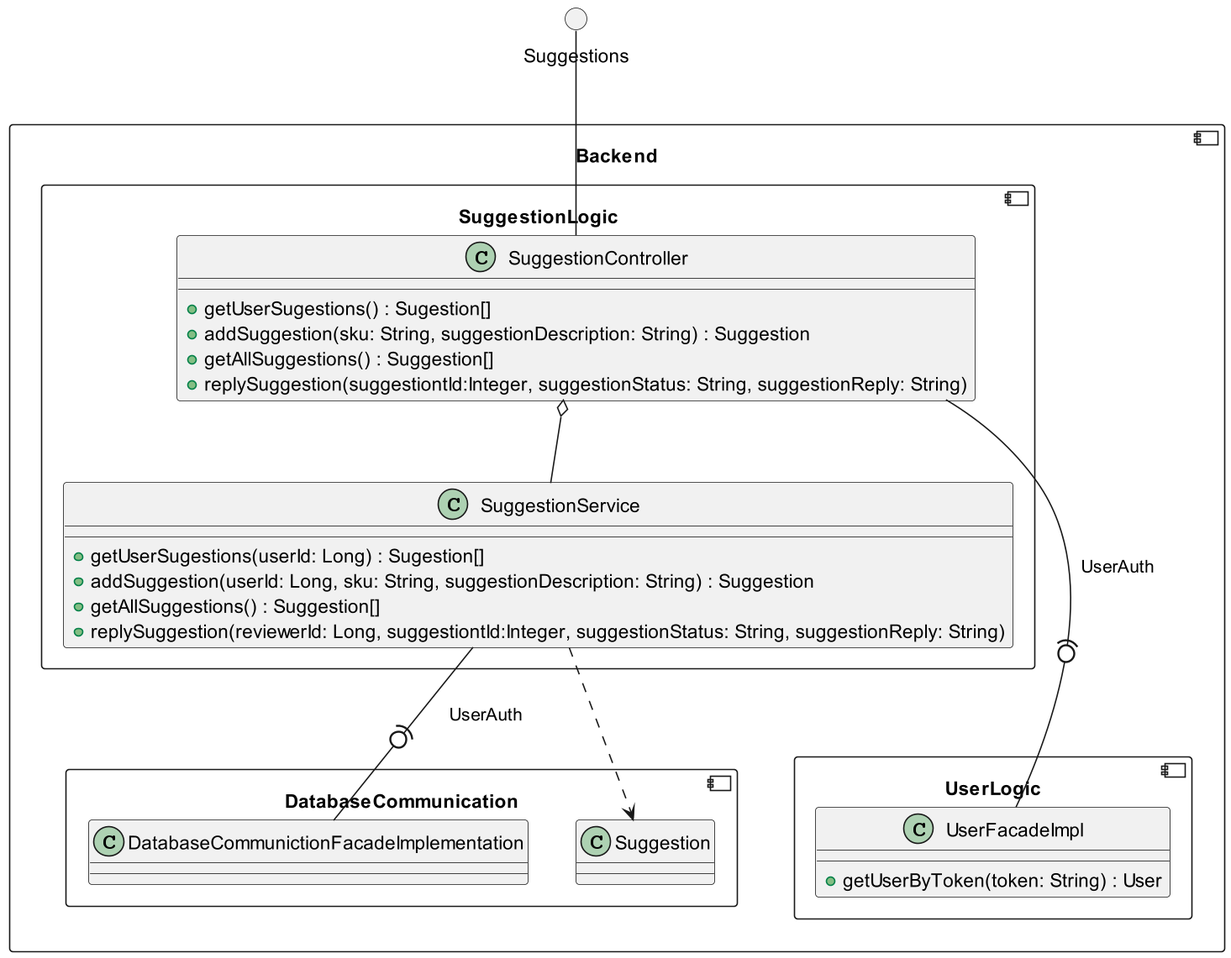
This is backend/Suggestions/media/class.png from RadekBucki/OpinionCollectorArchitecture, a PlantUML export, as it was before one commit. Its diagram source:
```plantuml
@startuml

circle Suggestions
component Backend {
    component SuggestionLogic {
        class SuggestionController {
            + getUserSugestions() : Sugestion[]
            + addSuggestion(sku: String, suggestionDescription: String) : Suggestion
            + getAllSuggestions() : Suggestion[]
            + replySuggestion(suggestiontId:Integer, suggestionStatus: String, suggestionReply: String)
        }
        class SuggestionService {
            + getUserSugestions(userId: Long) : Sugestion[]
            + addSuggestion(userId: Long, sku: String, suggestionDescription: String) : Suggestion
            + getAllSuggestions() : Suggestion[]
            + replySuggestion(reviewerId: Long, suggestiontId:Integer, suggestionStatus: String, suggestionReply: String)
        }
        SuggestionController o-- SuggestionService
        Suggestions -- SuggestionController
    }
    component DatabaseCommunication {
        class DatabaseCommunictionFacadeImplementation
        class Suggestion
    }
    SuggestionService -(0- DatabaseCommunictionFacadeImplementation : UserAuth

    component UserLogic {
        class UserFacadeImpl {
            + getUserByToken(token: String) : User
        }
    }
    SuggestionController -(0-- UserFacadeImpl : UserAuth
    SuggestionService    ..> Suggestion
}

@enduml
```
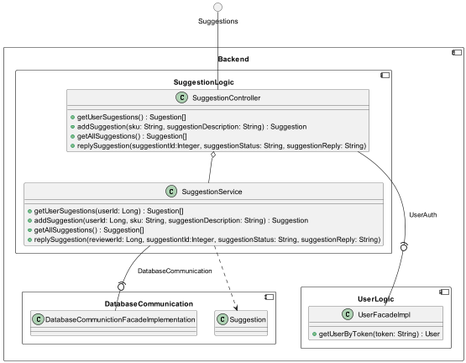
The same diagram one commit later.

What changed in the source:
```diff
@@ -22,7 +22,7 @@
         class DatabaseCommunictionFacadeImplementation
         class Suggestion
     }
-    SuggestionService -(0- DatabaseCommunictionFacadeImplementation : UserAuth
+    SuggestionService -(0- DatabaseCommunictionFacadeImplementation : DatabaseCommunication
 
     component UserLogic {
         class UserFacadeImpl {
```
